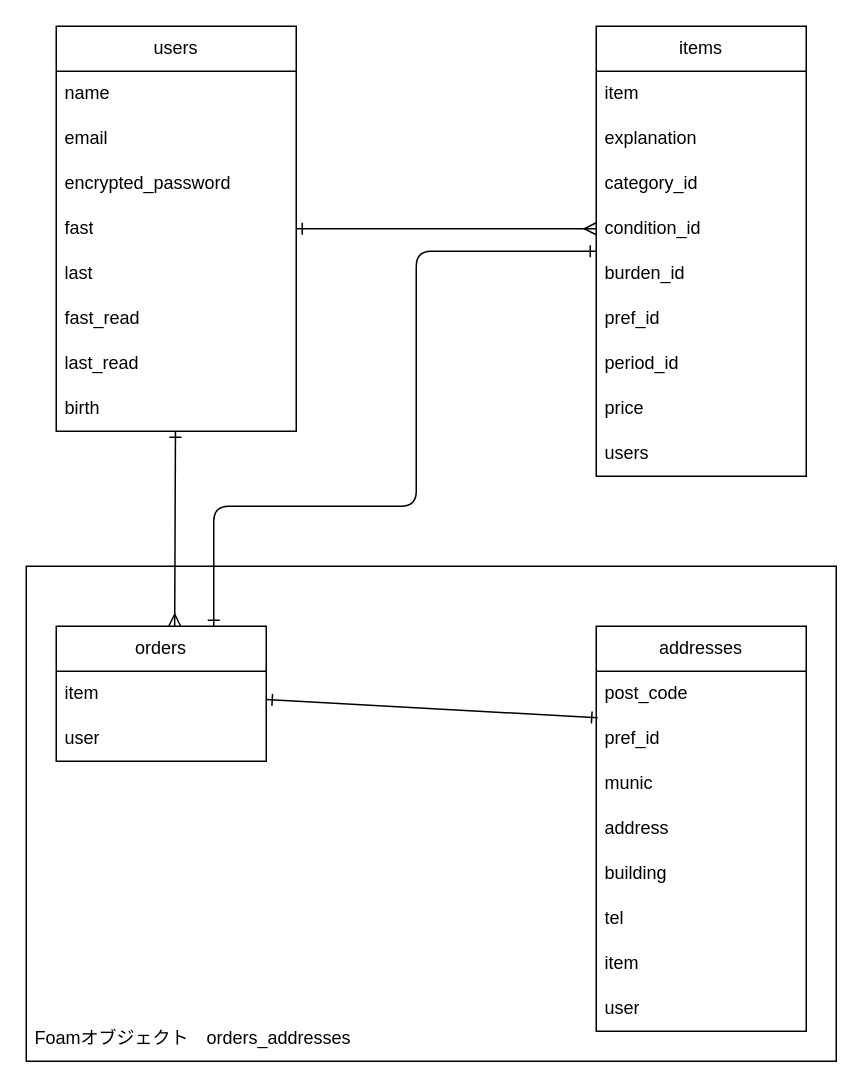
saya4444/furima-39954 keeps this draw.io diagram as DB.dio. Above is the earlier version. Source tidied: cells renumbered, new cells numbered last; positions are measured from the earlier drawing's top-left corner, leaving out a move shared by most shapes. Both pictures are drawn from the tidied source at 150%, with x=0, y=0 at pixel (26, 26).
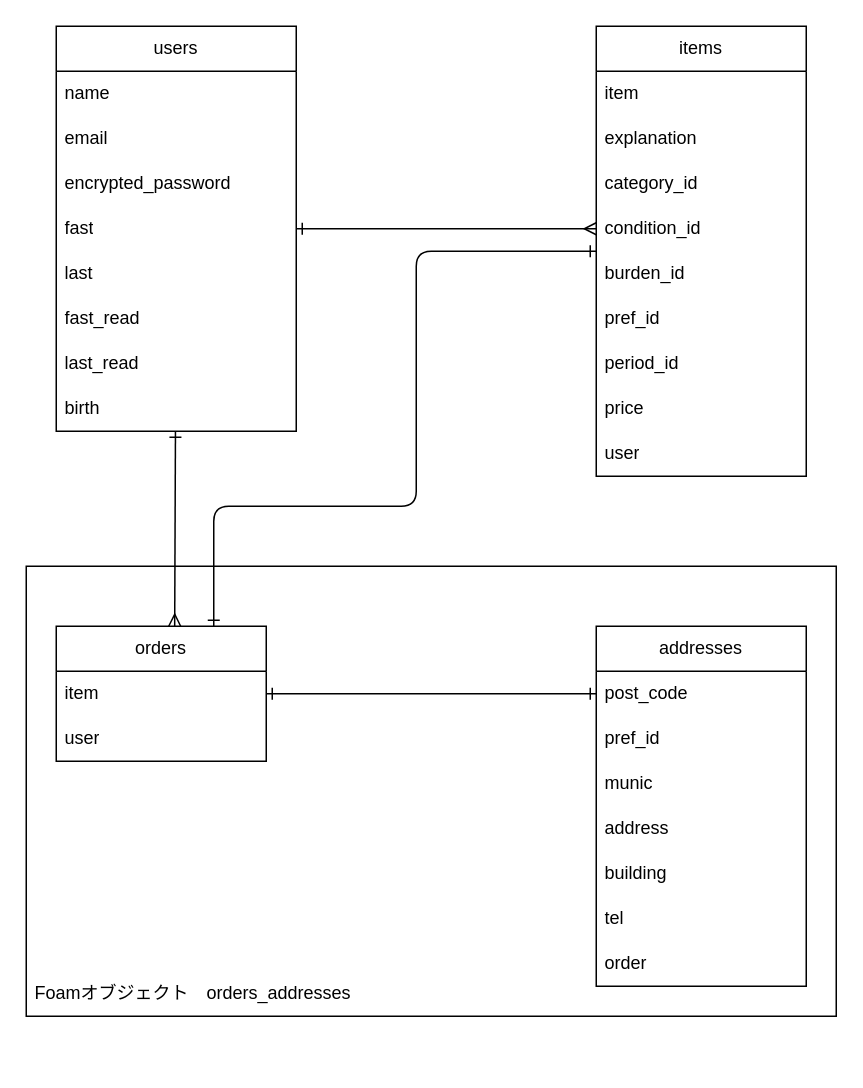
Above is the later version.

Unchanged cells that the change refers to:
```xml
<mxCell id="15" value="items" style="swimlane;fontStyle=0;horizontal=1;startSize=30;whiteSpace=wrap;html=1;" parent="1" vertex="1">
  <mxGeometry x="380" width="140" height="300" as="geometry" />
</mxCell>
<mxCell id="26" value="orders" style="swimlane;fontStyle=0;horizontal=1;startSize=30;whiteSpace=wrap;html=1;" parent="1" vertex="1">
  <mxGeometry x="20" y="400" width="140" height="90" as="geometry" />
</mxCell>
<mxCell id="30" value="post_code" style="text;strokeColor=none;fillColor=none;align=left;verticalAlign=middle;spacingLeft=4;spacingRight=4;overflow=hidden;points=[[0,0.5],[1,0.5]];portConstraint=eastwest;whiteSpace=wrap;html=1;" parent="29" vertex="1">
  <mxGeometry y="30" width="140" height="30" as="geometry" />
</mxCell>
<mxCell id="31" value="pref_id" style="text;strokeColor=none;fillColor=none;align=left;verticalAlign=middle;spacingLeft=4;spacingRight=4;overflow=hidden;points=[[0,0.5],[1,0.5]];portConstraint=eastwest;whiteSpace=wrap;html=1;" parent="29" vertex="1">
  <mxGeometry y="60" width="140" height="30" as="geometry" />
</mxCell>
```

What changed in the source:
```diff
@@
     <mxCell id="2" style="whiteSpace=wrap;html=1;" parent="1" vertex="1">
-      <mxGeometry y="360" width="540" height="330" as="geometry" />
+      <mxGeometry y="360" width="540" height="300" as="geometry" />
     </mxCell>
@@
-    <mxCell id="24" value="users" style="text;strokeColor=none;fillColor=none;align=left;verticalAlign=middle;spacingLeft=4;spacingRight=4;overflow=hidden;whiteSpace=wrap;html=1;" parent="15" vertex="1">
+    <mxCell id="24" value="user" style="text;strokeColor=none;fillColor=none;align=left;verticalAlign=middle;spacingLeft=4;spacingRight=4;overflow=hidden;whiteSpace=wrap;html=1;" parent="15" vertex="1">
       <mxGeometry y="270" width="140" height="30" as="geometry" />
     </mxCell>
-    <mxCell id="25" style="edgeStyle=none;html=1;entryX=0.007;entryY=0.033;entryDx=0;entryDy=0;entryPerimeter=0;startArrow=ERone;startFill=0;endArrow=ERone;endFill=0;" parent="1" edge="1" source="26" target="31">
+    <mxCell id="25" style="edgeStyle=none;html=1;entryX=0;entryY=0.5;entryDx=0;entryDy=0;startArrow=ERone;startFill=0;endArrow=ERone;endFill=0;" parent="1" edge="1" source="26" target="30">
       <mxGeometry relative="1" as="geometry" />
     </mxCell>
@@
     <mxCell id="29" value="addresses" style="swimlane;fontStyle=0;horizontal=1;startSize=30;whiteSpace=wrap;html=1;" parent="1" vertex="1">
-      <mxGeometry x="380" y="400" width="140" height="270" as="geometry" />
+      <mxGeometry x="380" y="400" width="140" height="240" as="geometry" />
     </mxCell>
@@
-    <mxCell id="36" value="item" style="text;strokeColor=none;fillColor=none;align=left;verticalAlign=middle;spacingLeft=4;spacingRight=4;overflow=hidden;whiteSpace=wrap;html=1;" parent="29" vertex="1">
+    <mxCell id="36" value="order" style="text;strokeColor=none;fillColor=none;align=left;verticalAlign=middle;spacingLeft=4;spacingRight=4;overflow=hidden;whiteSpace=wrap;html=1;" parent="29" vertex="1">
       <mxGeometry y="210" width="140" height="30" as="geometry" />
     </mxCell>
-    <mxCell id="37" value="user" style="text;strokeColor=none;fillColor=none;align=left;verticalAlign=middle;spacingLeft=4;spacingRight=4;overflow=hidden;whiteSpace=wrap;html=1;" parent="29" vertex="1">
-      <mxGeometry y="240" width="140" height="30" as="geometry" />
-    </mxCell>
     <mxCell id="38" value="Foamオブジェクト　orders_addresses" style="text;strokeColor=none;fillColor=none;align=left;verticalAlign=middle;spacingLeft=4;spacingRight=4;overflow=hidden;whiteSpace=wrap;html=1;" parent="1" vertex="1">
-      <mxGeometry y="660" width="280" height="30" as="geometry" />
+      <mxGeometry y="630" width="280" height="30" as="geometry" />
     </mxCell>
```
